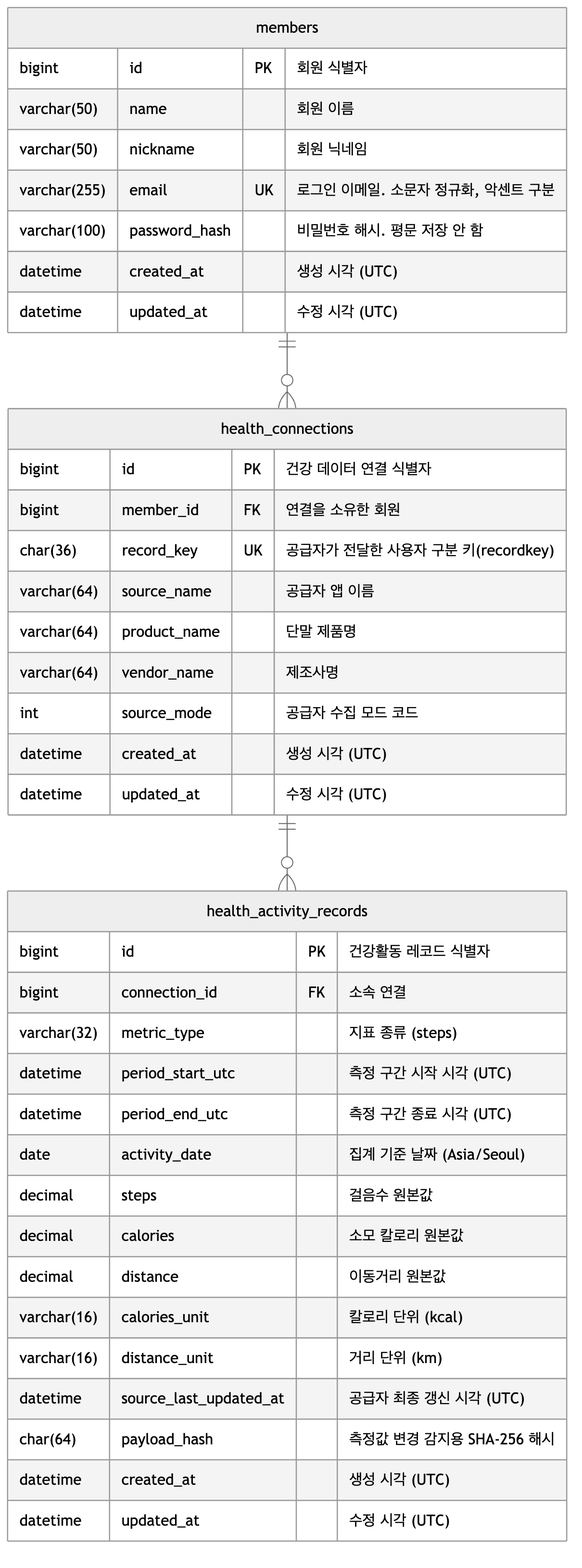
This is docs/설계/ERD.png from dongkeonkim/okcare-health-backend, a Mermaid export, as it was before one commit. Its source is kept beside it as docs/설계/ERD.mmd.
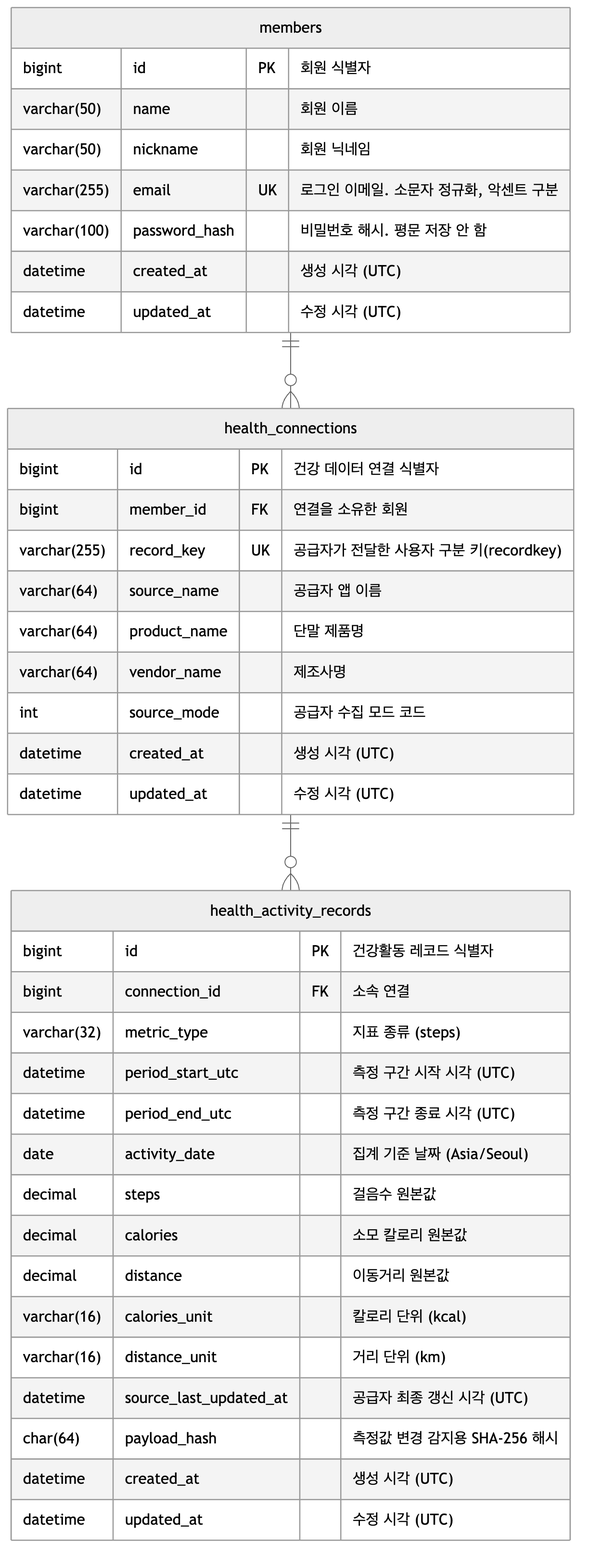
The same diagram one commit later.

The edit, as a diff of the source:
```diff
@@ -15,7 +15,7 @@
     health_connections {
         bigint id PK "건강 데이터 연결 식별자"
         bigint member_id FK "연결을 소유한 회원"
-        char(36) record_key UK "공급자가 전달한 사용자 구분 키(recordkey)"
+        varchar(255) record_key UK "공급자가 전달한 사용자 구분 키(recordkey)"
         varchar(64) source_name "공급자 앱 이름"
         varchar(64) product_name "단말 제품명"
         varchar(64) vendor_name "제조사명"
```
